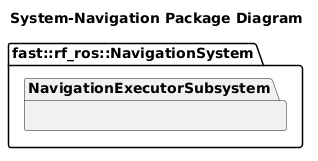
Before: Systems/Navigation/doc/puml/SystemNavigationPackageDiagram.png, a diagram exported from PlantUML (fastrobotics/robot_framework_ros).
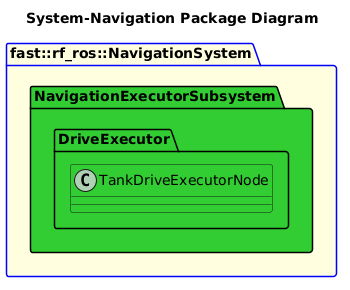
Later version of the same file.

The edit, as a diff of the source:
```diff
@@ -1,8 +1,10 @@
 @startuml
 title System-Navigation Package Diagram
-namespace fast::rf_ros::NavigationSystem {
-    namespace NavigationExecutorSubsystem {
-
+package fast::rf_ros::NavigationSystem #LightYellow;line:blue {
+    namespace NavigationExecutorSubsystem #LimeGreen {
+        namespace DriveExecutor #LimeGreen {
+                 class TankDriveExecutorNode #LimeGreen {}
+        }
     }
 }
 @enduml
```
